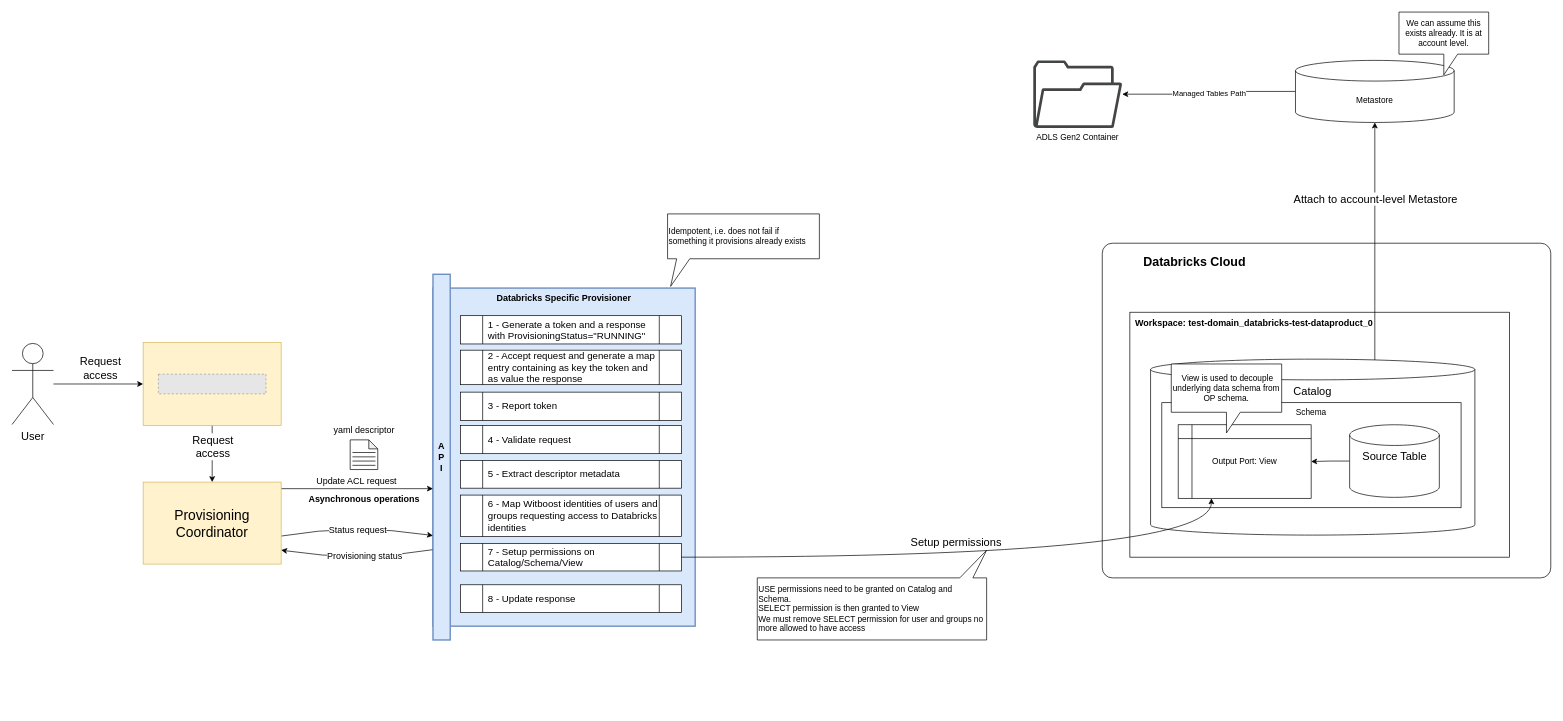
agile-lab-dev/witboost-databricks-tech-adapter keeps this draw.io diagram as page "Output Port - DLT - Update ACL" (9 of 9) of docs/hld.drawio. Above is the earlier version. Source tidied: cells renumbered, new cells numbered last; positions are measured from the earlier drawing's top-left corner, leaving out a move shared by most shapes. Both pictures are drawn from the tidied source at 69%, with x=0, y=0 at pixel (12, 12). Pictures stored in the file or linked from it are replaced by grey dashed boxes.
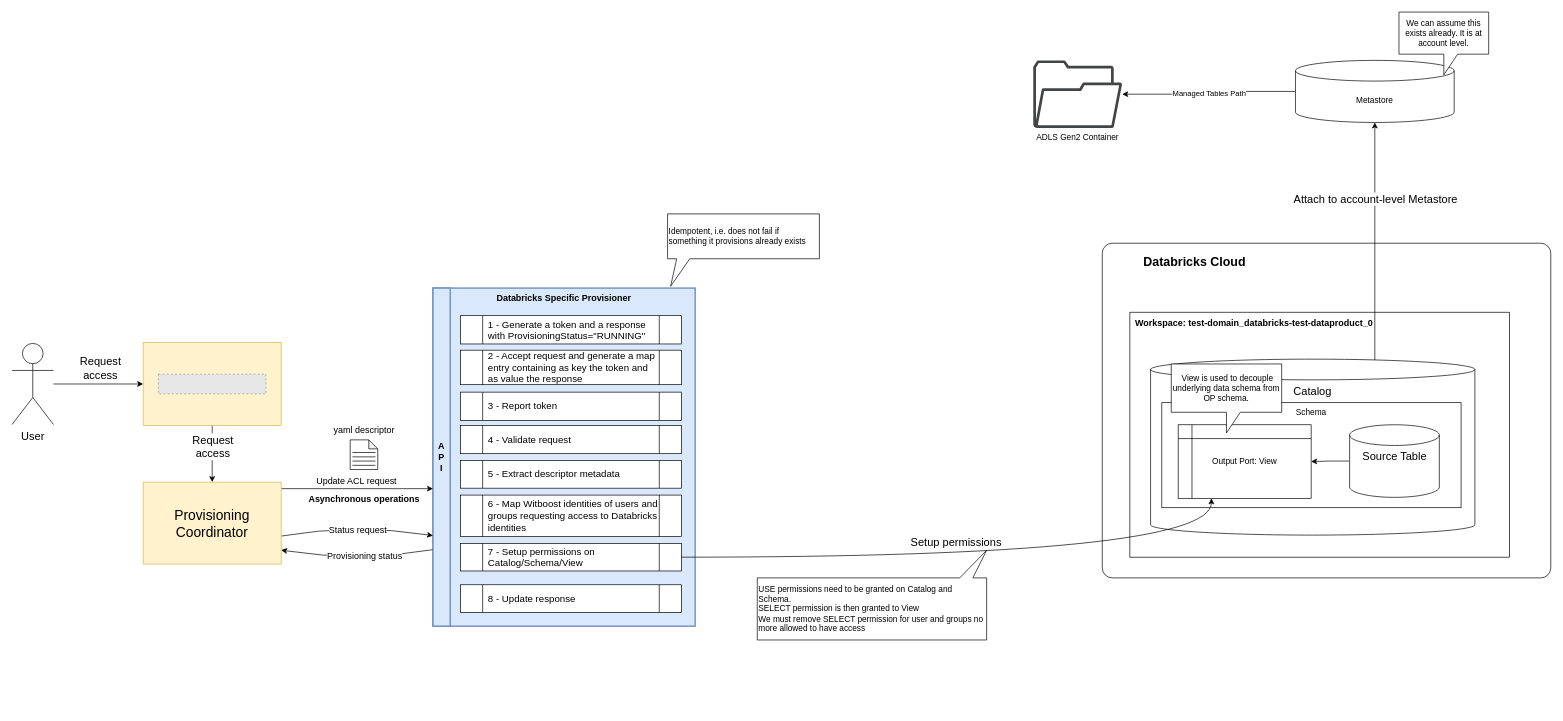
Above is the later version.

The change refers to these unchanged cells:
```xml
<mxCell id="2" style="group;" parent="1" vertex="1">
  <mxGeometry x="610" y="220" width="380" height="790" as="geometry" />
</mxCell>
```

Diff of the diagram source:
```diff
@@
-<mxGraphModel>
+<mxGraphModel background="#FFFFFF">
@@
     <mxCell id="4" value="A&lt;br style=&quot;font-size: 13px;&quot;&gt;P&lt;br style=&quot;font-size: 13px;&quot;&gt;I" style="rounded=0;whiteSpace=wrap;html=1;fontStyle=1;strokeWidth=2;fontSize=13;fillColor=#dae8fc;strokeColor=#6c8ebf;" parent="2" vertex="1">
-      <mxGeometry y="160" width="25" height="530" as="geometry" />
+      <mxGeometry y="180" width="25" height="490" as="geometry" />
     </mxCell>
```
